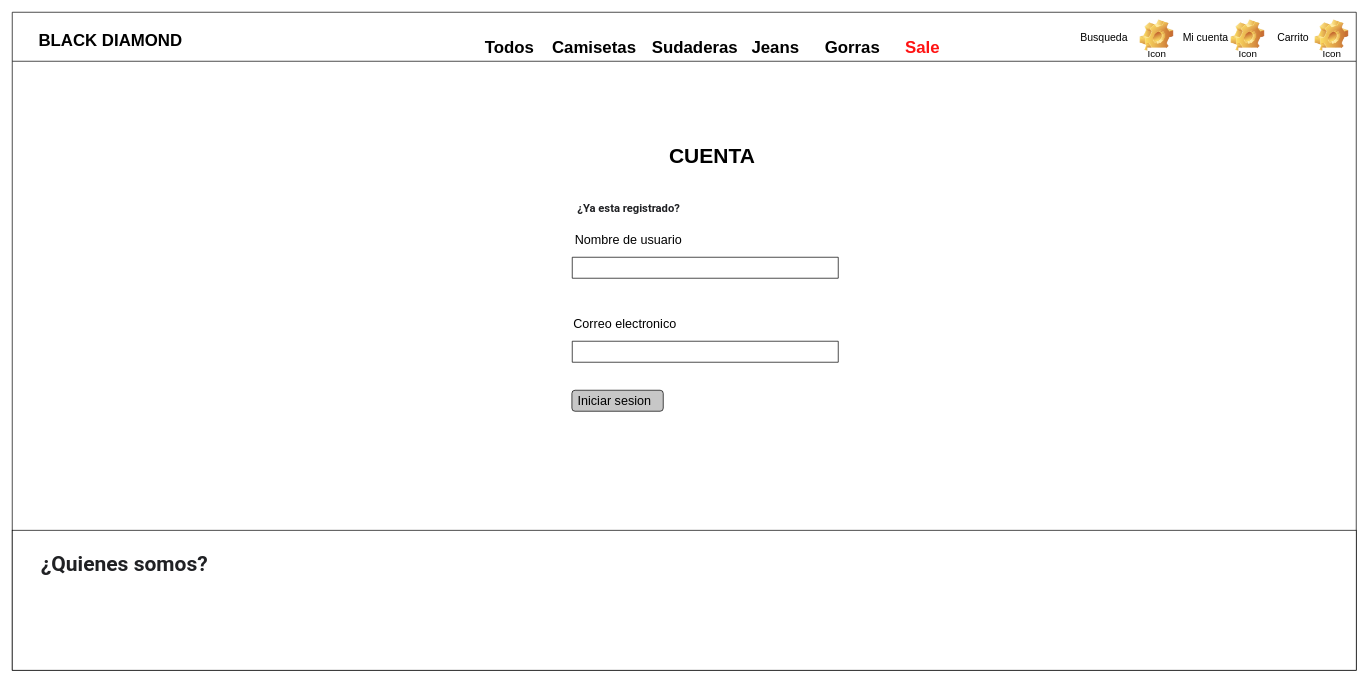
Above: Formulario de login.drawio in Alejox50/grupo_4_black-diamond (draw.io), before the change. Source tidied: cells renumbered, new cells numbered last; positions are measured from the earlier drawing's top-left corner, leaving out a move shared by most shapes. Both pictures are drawn from the tidied source at 70%, with x=0, y=0 at pixel (12, 12).
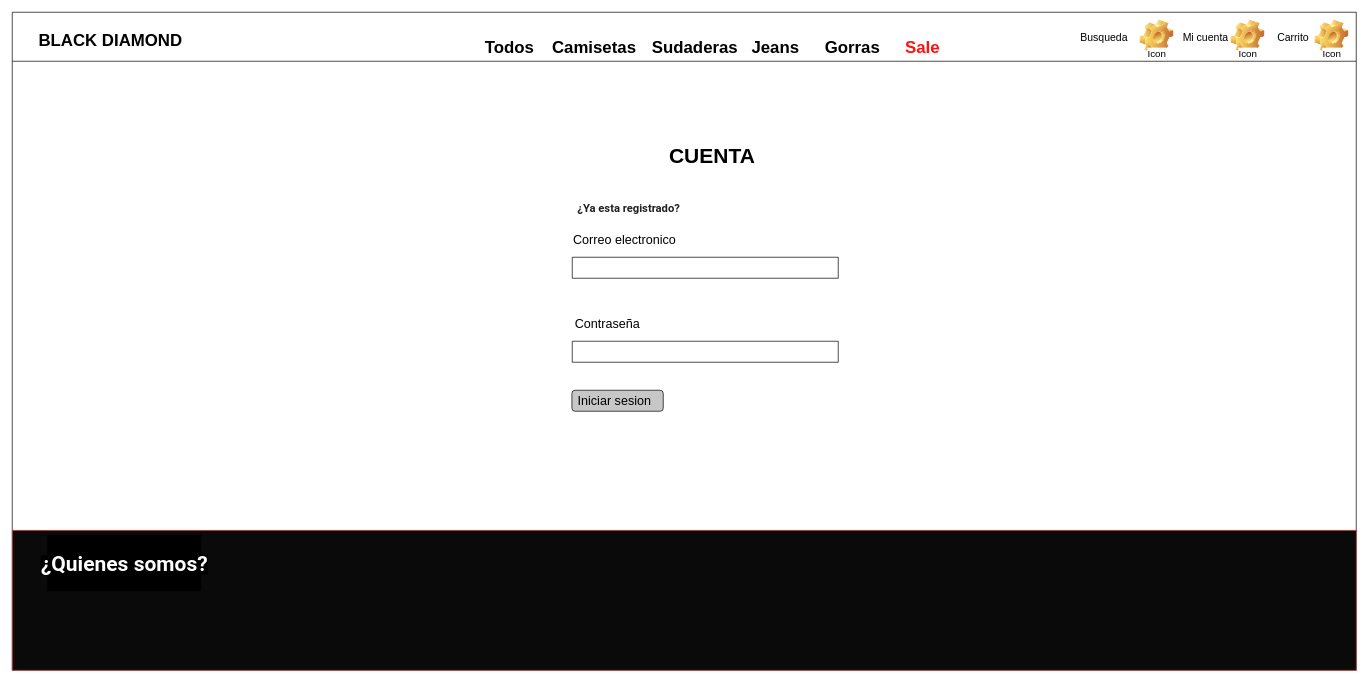
After the change.

The change refers to these unchanged cells:
```xml
<mxCell id="2" style="swimlane;startSize=70;fontSize=15;verticalAlign=bottom;" parent="1" vertex="1">
  <mxGeometry width="1920" height="940" as="geometry" />
</mxCell>
```

The edit, as a diff of the source:
```diff
@@
-    <mxCell id="7" value="&lt;font style=&quot;font-size: 18px;&quot;&gt;Nombre de usuario&lt;/font&gt;" style="text;html=1;strokeColor=none;fillColor=none;align=center;verticalAlign=middle;whiteSpace=wrap;rounded=0;fontSize=19;" parent="2" vertex="1">
-      <mxGeometry x="800" y="310" width="161" height="30" as="geometry" />
+    <mxCell id="7" value="&lt;font style=&quot;font-size: 18px;&quot;&gt;Correo electronico&lt;/font&gt;" style="text;html=1;strokeColor=none;fillColor=none;align=center;verticalAlign=middle;whiteSpace=wrap;rounded=0;fontSize=19;" parent="2" vertex="1">
+      <mxGeometry x="800" y="310" width="150" height="30" as="geometry" />
     </mxCell>
-    <mxCell id="8" value="&lt;font style=&quot;&quot;&gt;&lt;font style=&quot;font-size: 18px;&quot;&gt;Correo electronico&lt;/font&gt;&lt;br&gt;&lt;/font&gt;" style="text;html=1;strokeColor=none;fillColor=none;align=center;verticalAlign=middle;whiteSpace=wrap;rounded=0;fontSize=19;" parent="2" vertex="1">
-      <mxGeometry x="799.5" y="430" width="151" height="30" as="geometry" />
+    <mxCell id="8" value="&lt;font style=&quot;&quot;&gt;&lt;font style=&quot;font-size: 18px;&quot;&gt;Contraseña&lt;/font&gt;&lt;br&gt;&lt;/font&gt;" style="text;html=1;strokeColor=none;fillColor=none;align=center;verticalAlign=middle;whiteSpace=wrap;rounded=0;fontSize=19;" parent="2" vertex="1">
+      <mxGeometry x="799.5" y="430" width="100.5" height="30" as="geometry" />
     </mxCell>
@@
-    <mxCell id="24" style="rounded=0;html=1;fontSize=18;fontColor=#FF1212;verticalAlign=top;labelPosition=center;verticalLabelPosition=bottom;align=center;horizontal=1;whiteSpace=wrap;" parent="2" vertex="1">
+    <mxCell id="24" style="rounded=0;html=1;fontSize=18;verticalAlign=top;labelPosition=center;verticalLabelPosition=bottom;align=center;horizontal=1;whiteSpace=wrap;strokeColor=#b85450;fillColor=#0A0A0A;" parent="2" vertex="1">
       <mxGeometry y="740" width="1920" height="200" as="geometry" />
     </mxCell>
-    <mxCell id="25" value="&lt;span style=&quot;color: rgb(32, 33, 36); font-family: Roboto, arial, sans-serif; text-align: left; background-color: rgb(255, 255, 255);&quot;&gt;&lt;font style=&quot;font-size: 30px;&quot;&gt;¿Quienes somos?&lt;/font&gt;&lt;/span&gt;" style="text;strokeColor=none;fillColor=none;html=1;fontSize=24;fontStyle=1;verticalAlign=middle;align=center;fontColor=#000000;" parent="1" vertex="1">
+    <mxCell id="25" value="&lt;span style=&quot;font-family: Roboto, arial, sans-serif; text-align: left; background-color: rgb(0, 0, 0);&quot;&gt;&lt;font color=&quot;#ffffff&quot; style=&quot;font-size: 30px;&quot;&gt;¿Quienes somos?&lt;/font&gt;&lt;/span&gt;" style="text;strokeColor=none;fillColor=#000000;html=1;fontSize=24;fontStyle=1;verticalAlign=middle;align=center;fontColor=#000000;" parent="1" vertex="1">
       <mxGeometry x="50" y="747" width="220" height="80" as="geometry" />
     </mxCell>
```
